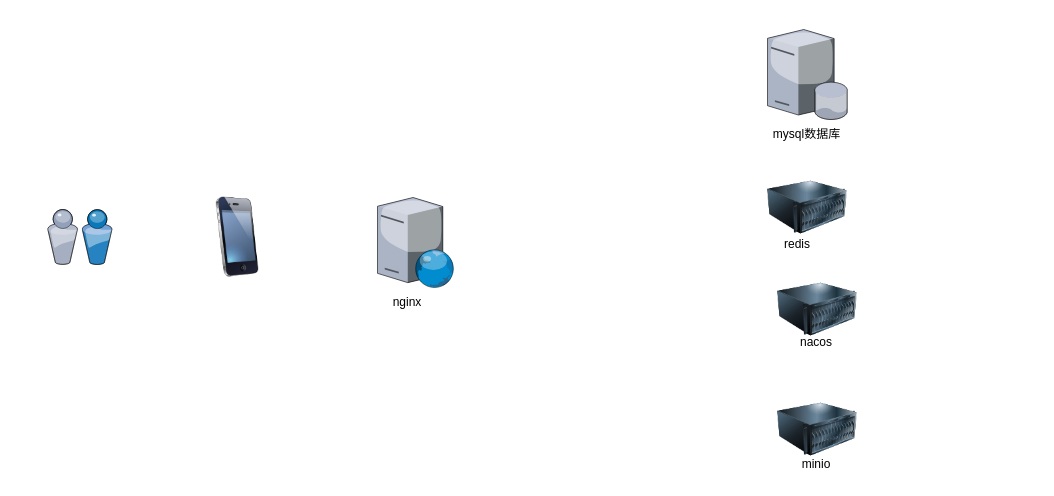
The draw.io diagram wzt-app-server.drawio in ChengyangLei/diagrams, before the edit. Source tidied: cells renumbered, new cells numbered last; positions are measured from the earlier drawing's top-left corner, leaving out a move shared by most shapes. Both pictures are drawn from the tidied source at 100%, with x=0, y=0 at pixel (47, 29).
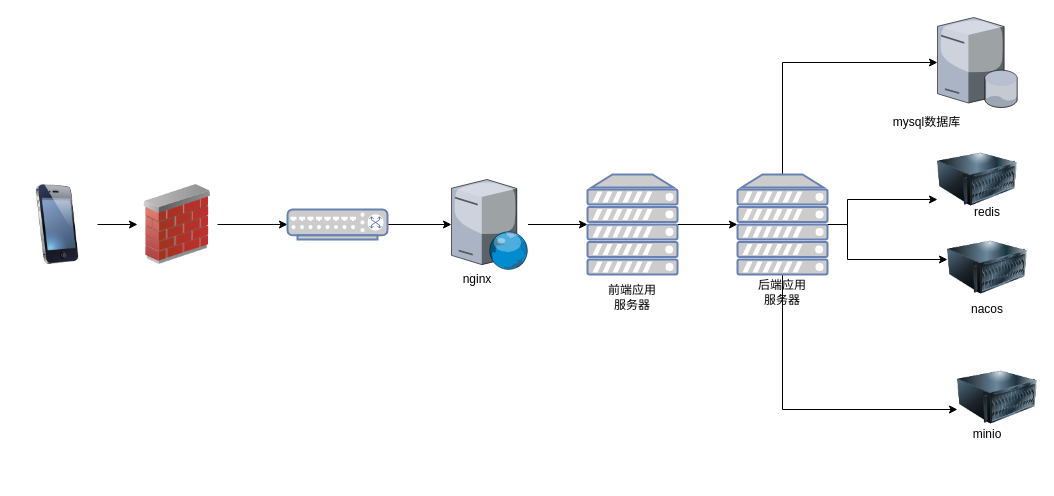
The same diagram, later.

Commit message:
simple network topology

The edit, as a diff of the source:
```diff
@@
-    <mxCell id="2" style="verticalLabelPosition=bottom;sketch=0;html=1;verticalAlign=top;strokeColor=none;align=center;shape=mxgraph.citrix.users;" parent="1" vertex="1">
-      <mxGeometry y="180" width="64.5" height="55" as="geometry" />
-    </mxCell>
+    <mxCell id="14" style="edgeStyle=orthogonalEdgeStyle;rounded=0;jettySize=auto;html=1;" parent="1" edge="1" source="3" target="17">
+      <mxGeometry relative="1" as="geometry" />
+    </mxCell>
     <mxCell id="3" style="image;html=1;image=img/lib/clip_art/telecommunication/iPhone_128x128.png;" parent="1" vertex="1">
-      <mxGeometry x="150" y="167.5" width="80" height="80" as="geometry" />
+      <mxGeometry x="-30" y="155" width="80" height="80" as="geometry" />
     </mxCell>
     <mxCell id="4" style="verticalLabelPosition=bottom;sketch=0;html=1;verticalAlign=top;strokeColor=none;align=center;outlineConnect=0;shape=mxgraph.citrix.database_server;" parent="1" vertex="1">
-      <mxGeometry x="720" width="80" height="90" as="geometry" />
+      <mxGeometry x="890" y="-12" width="80" height="90" as="geometry" />
     </mxCell>
+    <mxCell id="15" style="edgeStyle=orthogonalEdgeStyle;rounded=0;jettySize=auto;html=1;" parent="1" edge="1" source="5" target="26">
+      <mxGeometry relative="1" as="geometry" />
+    </mxCell>
     <mxCell id="5" style="verticalLabelPosition=bottom;sketch=0;html=1;verticalAlign=top;strokeColor=none;align=center;outlineConnect=0;shape=mxgraph.citrix.web_server;" parent="1" vertex="1">
-      <mxGeometry x="330" y="168" width="76.5" height="90" as="geometry" />
+      <mxGeometry x="404" y="150" width="76.5" height="90" as="geometry" />
     </mxCell>
     <mxCell id="6" style="image;html=1;image=img/lib/clip_art/computers/Server_128x128.png;" parent="1" vertex="1">
-      <mxGeometry x="730" y="240" width="80" height="80" as="geometry" />
+      <mxGeometry x="900" y="198" width="80" height="80" as="geometry" />
     </mxCell>
     <mxCell id="7" style="image;html=1;image=img/lib/clip_art/computers/Server_128x128.png;" parent="1" vertex="1">
-      <mxGeometry x="730" y="360" width="80" height="80" as="geometry" />
+      <mxGeometry x="910" y="328" width="80" height="80" as="geometry" />
     </mxCell>
     <mxCell id="8" style="image;html=1;image=img/lib/clip_art/computers/Server_128x128.png;" parent="1" vertex="1">
-      <mxGeometry x="720" y="138" width="80" height="80" as="geometry" />
+      <mxGeometry x="890" y="110" width="80" height="80" as="geometry" />
     </mxCell>
     <mxCell id="9" value="mysql数据库" style="text;html=1;strokeColor=none;fillColor=none;align=center;verticalAlign=middle;whiteSpace=wrap;rounded=0;" parent="1" vertex="1">
-      <mxGeometry x="720" y="90" width="79" height="30" as="geometry" />
+      <mxGeometry x="840" y="78" width="79" height="30" as="geometry" />
     </mxCell>
     <mxCell id="10" value="redis" style="text;html=1;strokeColor=none;fillColor=none;align=center;verticalAlign=middle;whiteSpace=wrap;rounded=0;" parent="1" vertex="1">
-      <mxGeometry x="720" y="200" width="60" height="30" as="geometry" />
+      <mxGeometry x="910" y="168" width="60" height="30" as="geometry" />
     </mxCell>
     <mxCell id="11" value="nacos" style="text;html=1;strokeColor=none;fillColor=none;align=center;verticalAlign=middle;whiteSpace=wrap;rounded=0;" parent="1" vertex="1">
-      <mxGeometry x="739" y="297.5" width="60" height="30" as="geometry" />
+      <mxGeometry x="910" y="265" width="60" height="30" as="geometry" />
     </mxCell>
     <mxCell id="12" value="minio" style="text;html=1;strokeColor=none;fillColor=none;align=center;verticalAlign=middle;whiteSpace=wrap;rounded=0;" parent="1" vertex="1">
-      <mxGeometry x="739" y="420" width="60" height="30" as="geometry" />
+      <mxGeometry x="910" y="390" width="60" height="30" as="geometry" />
     </mxCell>
     <mxCell id="13" value="nginx" style="text;html=1;strokeColor=none;fillColor=none;align=center;verticalAlign=middle;whiteSpace=wrap;rounded=0;" parent="1" vertex="1">
-      <mxGeometry x="330" y="258" width="60" height="30" as="geometry" />
+      <mxGeometry x="400" y="235" width="60" height="30" as="geometry" />
     </mxCell>
+    <mxCell id="16" style="edgeStyle=orthogonalEdgeStyle;rounded=0;jettySize=auto;html=1;" parent="1" edge="1" source="17" target="19">
+      <mxGeometry relative="1" as="geometry" />
+    </mxCell>
+    <mxCell id="17" style="image;html=1;image=img/lib/clip_art/networking/Firewall_02_128x128.png;" parent="1" vertex="1">
+      <mxGeometry x="90" y="155" width="80" height="80" as="geometry" />
+    </mxCell>
+    <mxCell id="18" style="edgeStyle=orthogonalEdgeStyle;rounded=0;jettySize=auto;html=1;" parent="1" edge="1" source="19" target="5">
+      <mxGeometry relative="1" as="geometry" />
+    </mxCell>
+    <mxCell id="19" style="fontColor=#0066CC;verticalAlign=top;verticalLabelPosition=bottom;labelPosition=center;align=center;html=1;outlineConnect=0;fillColor=#CCCCCC;strokeColor=#6881B3;gradientColor=none;gradientDirection=north;strokeWidth=2;shape=mxgraph.networks.switch;" parent="1" vertex="1">
+      <mxGeometry x="240" y="180" width="100" height="30" as="geometry" />
+    </mxCell>
+    <mxCell id="20" style="edgeStyle=orthogonalEdgeStyle;rounded=0;jettySize=auto;html=1;" parent="1" edge="1" source="24" target="4">
+      <mxGeometry relative="1" as="geometry">
+        <Array as="points">
+          <mxPoint x="735" y="33" />
+        </Array>
+      </mxGeometry>
+    </mxCell>
+    <mxCell id="21" style="edgeStyle=orthogonalEdgeStyle;rounded=0;jettySize=auto;html=1;" parent="1" edge="1" source="24" target="8">
+      <mxGeometry relative="1" as="geometry">
+        <Array as="points">
+          <mxPoint x="800" y="195" />
+          <mxPoint x="800" y="170" />
+        </Array>
+      </mxGeometry>
+    </mxCell>
+    <mxCell id="22" style="edgeStyle=orthogonalEdgeStyle;rounded=0;jettySize=auto;html=1;" parent="1" edge="1" source="24" target="6">
+      <mxGeometry relative="1" as="geometry">
+        <Array as="points">
+          <mxPoint x="800" y="195" />
+          <mxPoint x="800" y="230" />
+        </Array>
+      </mxGeometry>
+    </mxCell>
+    <mxCell id="23" style="edgeStyle=orthogonalEdgeStyle;rounded=0;jettySize=auto;html=1;" parent="1" edge="1" source="24" target="7">
+      <mxGeometry relative="1" as="geometry">
+        <Array as="points">
+          <mxPoint x="735" y="380" />
+        </Array>
+      </mxGeometry>
+    </mxCell>
+    <mxCell id="24" style="fontColor=#0066CC;verticalAlign=top;verticalLabelPosition=bottom;labelPosition=center;align=center;html=1;outlineConnect=0;fillColor=#CCCCCC;strokeColor=#6881B3;gradientColor=none;gradientDirection=north;strokeWidth=2;shape=mxgraph.networks.server;" parent="1" vertex="1">
+      <mxGeometry x="690" y="145" width="90" height="100" as="geometry" />
+    </mxCell>
+    <mxCell id="25" style="edgeStyle=orthogonalEdgeStyle;rounded=0;jettySize=auto;html=1;" parent="1" edge="1" source="26" target="24">
+      <mxGeometry relative="1" as="geometry" />
+    </mxCell>
+    <mxCell id="26" style="fontColor=#0066CC;verticalAlign=top;verticalLabelPosition=bottom;labelPosition=center;align=center;html=1;outlineConnect=0;fillColor=#CCCCCC;strokeColor=#6881B3;gradientColor=none;gradientDirection=north;strokeWidth=2;shape=mxgraph.networks.server;" parent="1" vertex="1">
+      <mxGeometry x="540" y="145" width="90" height="100" as="geometry" />
+    </mxCell>
+    <mxCell id="27" value="后端应用服务器" style="text;html=1;strokeColor=none;fillColor=none;align=center;verticalAlign=middle;whiteSpace=wrap;rounded=0;" parent="1" vertex="1">
+      <mxGeometry x="705" y="248" width="60" height="30" as="geometry" />
+    </mxCell>
+    <mxCell id="28" value="前端应用服务器" style="text;html=1;strokeColor=none;fillColor=none;align=center;verticalAlign=middle;whiteSpace=wrap;rounded=0;" parent="1" vertex="1">
+      <mxGeometry x="555" y="253" width="60" height="30" as="geometry" />
+    </mxCell>
```
